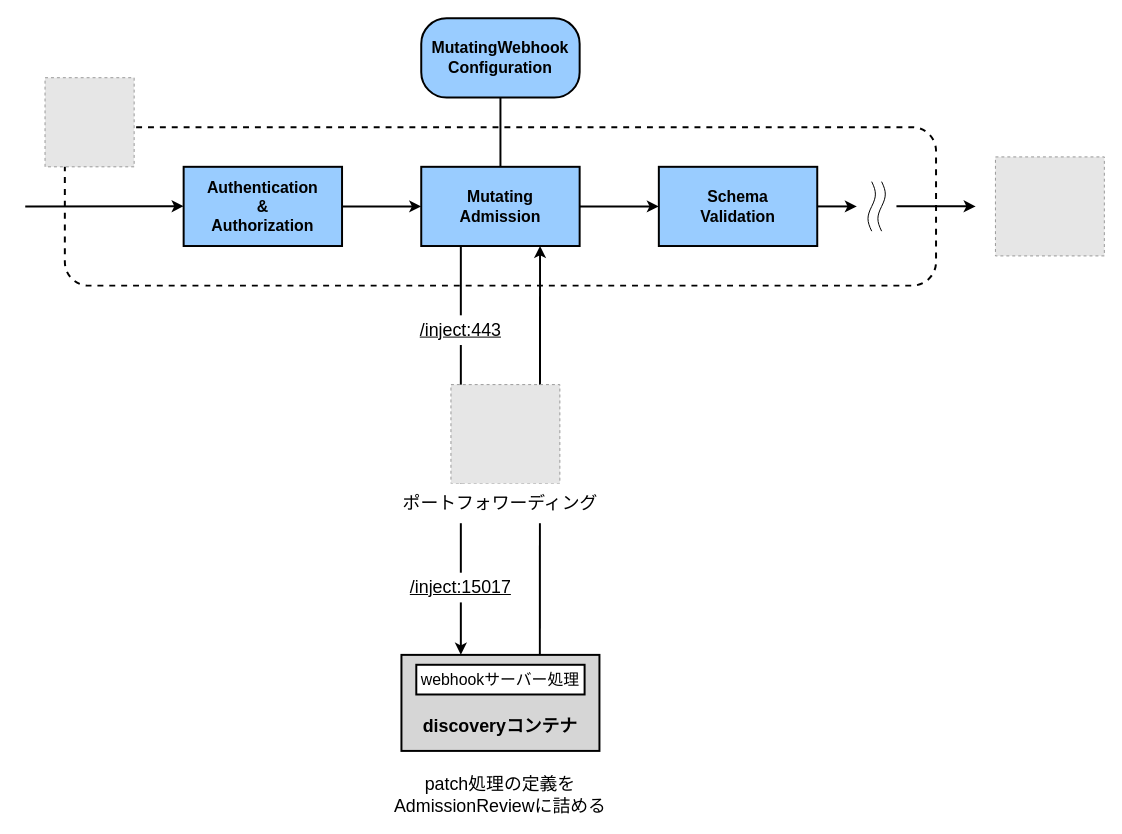
This is page "istio_admission-controllers_mutating-admission" (4 of 5) of images/drawio/istio/service-mesh_layer.drawio from hiroki-it/tech-notebook_old, a draw.io file, before an edit. Source tidied: cells renumbered, new cells numbered last; positions are measured from the earlier drawing's top-left corner, leaving out a move shared by most shapes. Both pictures are drawn from the tidied source at 99%, with x=0, y=0 at pixel (25, 18). Pictures stored in the file or linked from it are replaced by grey dashed boxes.
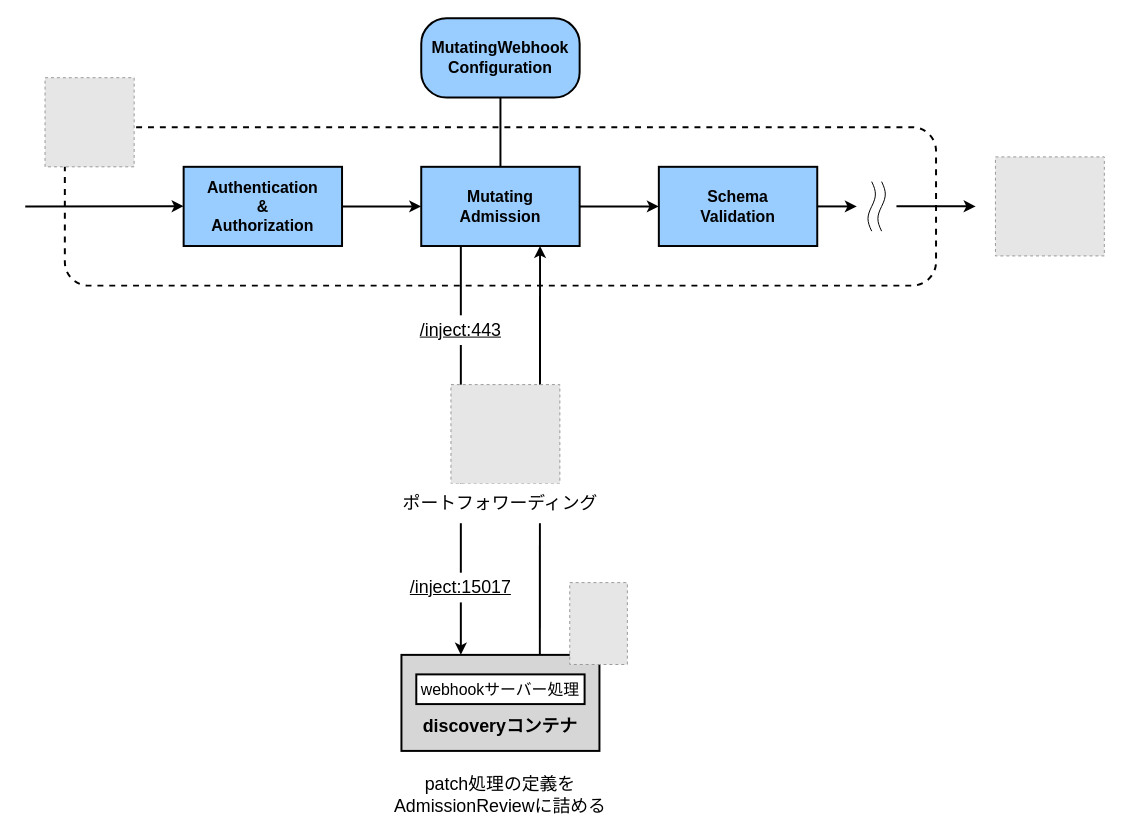
The same page after the edit.

Commit message (it also covers changes not shown here):
add 新しく画像を引用した．

What changed in the source:
```diff
@@
     <mxCell id="23" value="&lt;font style=&quot;font-size: 16px;&quot;&gt;webhookサーバー処理&lt;/font&gt;" style="text;html=1;strokeColor=default;fillColor=default;align=center;verticalAlign=middle;whiteSpace=wrap;rounded=0;strokeWidth=2;fontSize=14;" parent="1" vertex="1">
-      <mxGeometry x="395" y="653" width="170" height="30" as="geometry" />
+      <mxGeometry x="395" y="662.7" width="170" height="30" as="geometry" />
     </mxCell>
@@
+    <mxCell id="28" style="fillColor=#E6E6E6;strokeColor=#999999;dashed=1;" parent="1" vertex="1">
+      <mxGeometry x="550" y="570" width="58.2" height="82.7" as="geometry" />
+    </mxCell>
```
